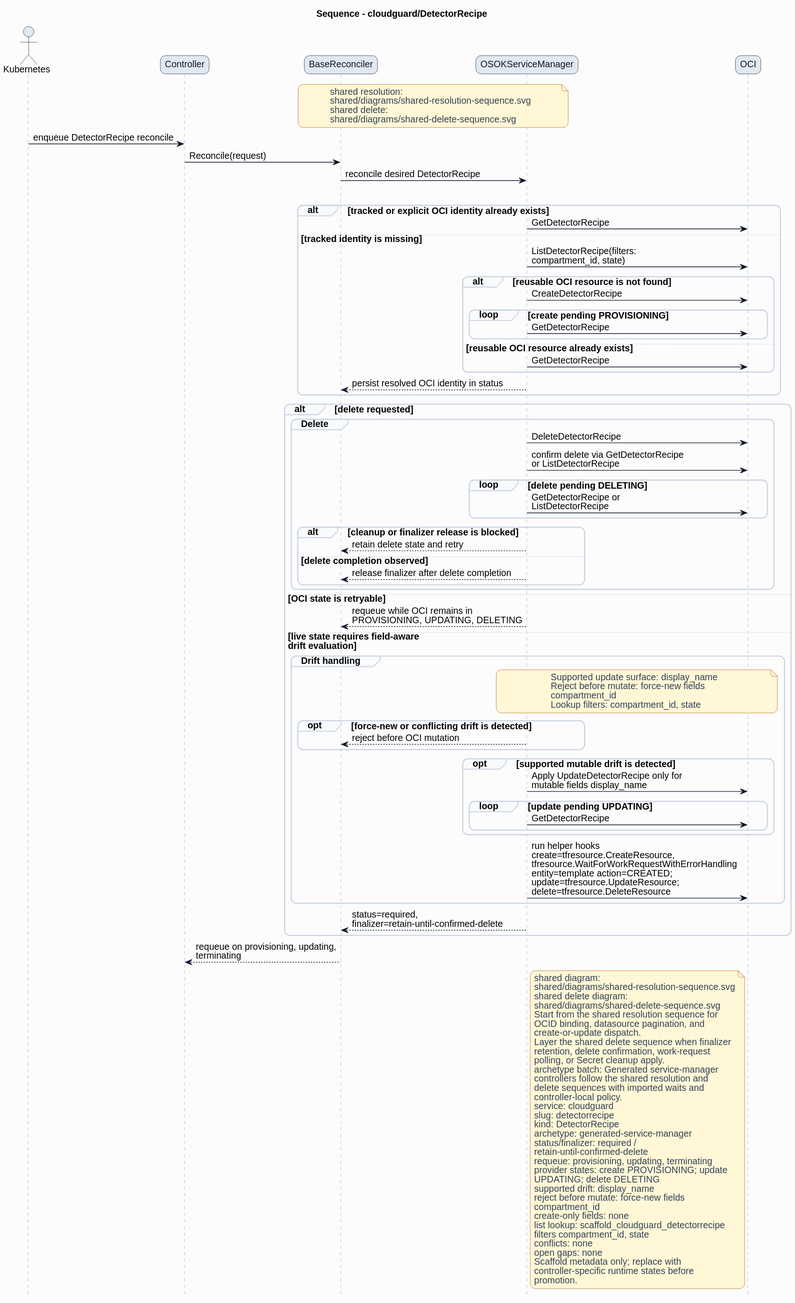
HaoyL666/oci-service-operator keeps this PlantUML diagram as formal/controllers/cloudguard/detectorrecipe/diagrams/sequence.svg. Above is the earlier version.
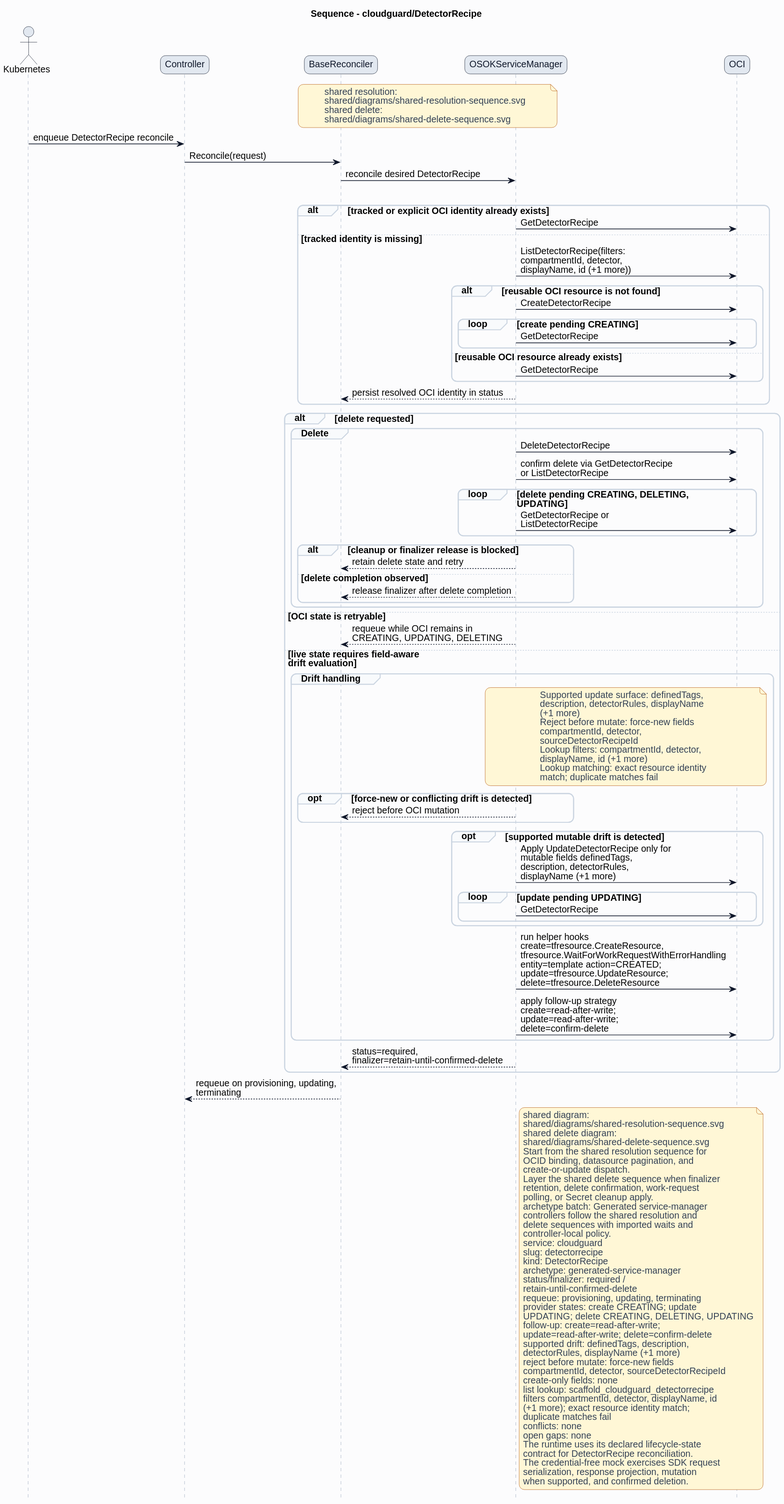
The same file after the commit.

Change to the diagram source:
```diff
@@ -38,10 +38,10 @@
 alt tracked or explicit OCI identity already exists
 ServiceManager -> OCI: GetDetectorRecipe
 else tracked identity is missing
-ServiceManager -> OCI: ListDetectorRecipe(filters:\ncompartment_id, state)
+ServiceManager -> OCI: ListDetectorRecipe(filters:\ncompartmentId, detector,\ndisplayName, id (+1 more))
 alt reusable OCI resource is not found
 ServiceManager -> OCI: CreateDetectorRecipe
-loop create pending PROVISIONING
+loop create pending CREATING
 ServiceManager -> OCI: GetDetectorRecipe
 end
 else reusable OCI resource already exists
@@ -53,7 +53,7 @@
 group Delete
 ServiceManager -> OCI: DeleteDetectorRecipe
 ServiceManager -> OCI: confirm delete via GetDetectorRecipe\nor ListDetectorRecipe
-loop delete pending DELETING
+loop delete pending CREATING, DELETING,\nUPDATING
 ServiceManager -> OCI: GetDetectorRecipe or\nListDetectorRecipe
 end
 alt cleanup or finalizer release is blocked
@@ -63,25 +63,32 @@
 end
 end
 else OCI state is retryable
-ServiceManager --> BaseReconciler: requeue while OCI remains in\nPROVISIONING, UPDATING, DELETING
+ServiceManager --> BaseReconciler: requeue while OCI remains in\nCREATING, UPDATING, DELETING
 else live state requires field-aware\ndrift evaluation
 group Drift handling
 note over ServiceManager,OCI
-Supported update surface: display_name
+Supported update surface: definedTags,
+description, detectorRules, displayName
+(+1 more)
 Reject before mutate: force-new fields
-compartment_id
-Lookup filters: compartment_id, state
+compartmentId, detector,
+sourceDetectorRecipeId
+Lookup filters: compartmentId, detector,
+displayName, id (+1 more)
+Lookup matching: exact resource identity
+match; duplicate matches fail
 end note
 opt force-new or conflicting drift is detected
 ServiceManager --> BaseReconciler: reject before OCI mutation
 end
 opt supported mutable drift is detected
-ServiceManager -> OCI: Apply UpdateDetectorRecipe only for\nmutable fields display_name
+ServiceManager -> OCI: Apply UpdateDetectorRecipe only for\nmutable fields definedTags,\ndescription, detectorRules,\ndisplayName (+1 more)
 loop update pending UPDATING
 ServiceManager -> OCI: GetDetectorRecipe
 end
 end
 ServiceManager -> OCI: run helper hooks\ncreate=tfresource.CreateResource,\ntfresource.WaitForWorkRequestWithErrorHandling\nentity=template action=CREATED;\nupdate=tfresource.UpdateResource;\ndelete=tfresource.DeleteResource
+ServiceManager -> OCI: apply follow-up strategy\ncreate=read-after-write;\nupdate=read-after-write;\ndelete=confirm-delete
 end
 ServiceManager --> BaseReconciler: status=required,\nfinalizer=retain-until-confirmed-delete
 end
@@ -108,18 +115,25 @@
 status/finalizer: required /
 retain-until-confirmed-delete
 requeue: provisioning, updating, terminating
-provider states: create PROVISIONING; update
-UPDATING; delete DELETING
-supported drift: display_name
+provider states: create CREATING; update
+UPDATING; delete CREATING, DELETING, UPDATING
+follow-up: create=read-after-write;
+update=read-after-write; delete=confirm-delete
+supported drift: definedTags, description,
+detectorRules, displayName (+1 more)
 reject before mutate: force-new fields
-compartment_id
+compartmentId, detector, sourceDetectorRecipeId
 create-only fields: none
 list lookup: scaffold_cloudguard_detectorrecipe
-filters compartment_id, state
+filters compartmentId, detector, displayName, id
+(+1 more); exact resource identity match;
+duplicate matches fail
 conflicts: none
 open gaps: none
-Scaffold metadata only; replace with
-controller-specific runtime states before
-promotion.
+The runtime uses its declared lifecycle-state
+contract for DetectorRecipe reconciliation.
+The credential-free mock exercises SDK request
+serialization, response projection, mutation
+when supported, and confirmed deletion.
 end note
 @enduml
```
